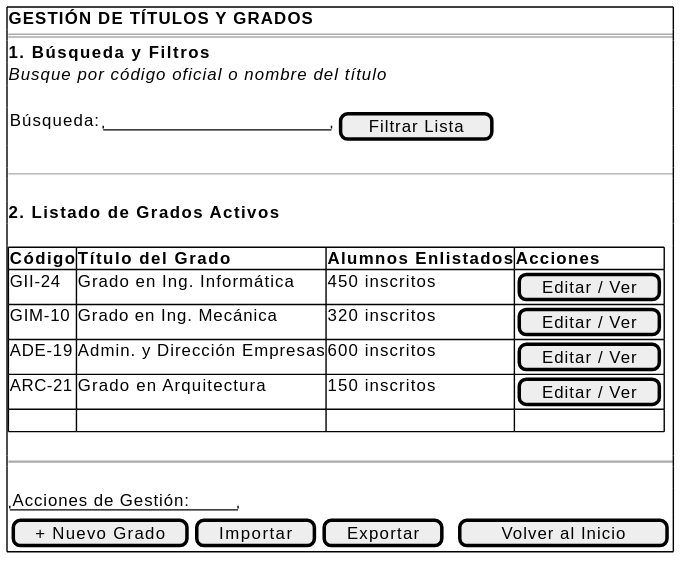
martinlopez7/25-26-IdSw1-SdR keeps this PlantUML diagram as documents/casos-de-uso/prototipadoCasosDeUso/verGrados/verGrados.svg. Above is the earlier version.
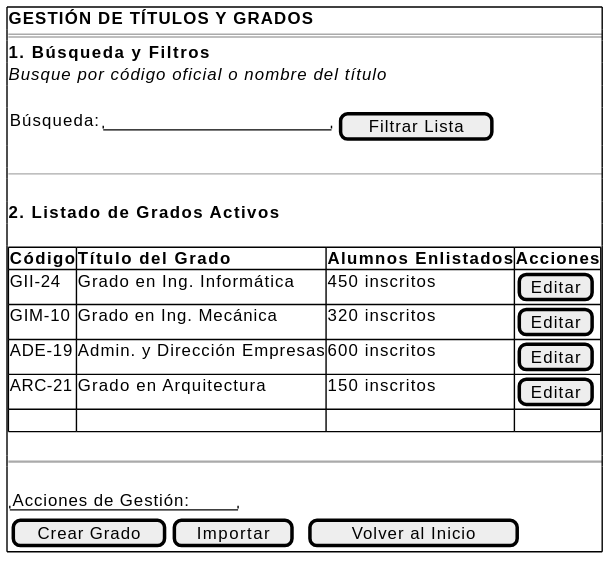
Later version of the same file.

What changed in the source:
```diff
@@ -15,16 +15,16 @@
     .
     {#
         <b>Código</b> | <b>Título del Grado</b> | <b>Alumnos Enlistados</b> | <b>Acciones</b>
-        GII-24 | Grado en Ing. Informática | 450 inscritos | [Editar / Ver]
-        GIM-10 | Grado en Ing. Mecánica | 320 inscritos | [Editar / Ver]
-        ADE-19 | Admin. y Dirección Empresas | 600 inscritos | [Editar / Ver]
-        ARC-21 | Grado en Arquitectura | 150 inscritos | [Editar / Ver]
+        GII-24 | Grado en Ing. Informática | 450 inscritos | [Editar]
+        GIM-10 | Grado en Ing. Mecánica | 320 inscritos | [Editar]
+        ADE-19 | Admin. y Dirección Empresas | 600 inscritos | [Editar]
+        ARC-21 | Grado en Arquitectura | 150 inscritos | [Editar]
         . | . | . | .
     }
     .
     ~~
     .
     "Acciones de Gestión:"
-    { [ + Nuevo Grado ] | [ Importar ] | [ Exportar ] | . | [ Volver al Inicio ] }
+    { [ Crear Grado ] | [ Importar ] | . | [ Volver al Inicio ] }
 }
 @endsalt
```
